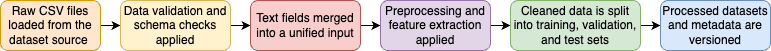
The draw.io diagram docs/images/dataflow.drawio.png in sobrag/mlops, before a commit. Source tidied: cells renumbered, new cells last; positions are measured from the earlier drawing's top-left corner, leaving out a move shared by most shapes. Source of this version:
```xml
<mxGraphModel>
  <root>
    <mxCell id="0" />
    <mxCell id="1" parent="0" />
    <mxCell id="2" style="edgeStyle=none;html=1;entryX=0;entryY=0.5;entryDx=0;entryDy=0;fontFamily=Helvetica;fontSize=12;fontColor=default;fontStyle=0;labelBackgroundColor=none;" parent="1" edge="1" source="3" target="5">
      <mxGeometry relative="1" as="geometry" />
    </mxCell>
    <mxCell id="3" value="&lt;font&gt;&lt;span style=&quot;caret-color: rgb(0, 0, 0);&quot;&gt;Raw CSV files loaded from the dataset source&lt;/span&gt;&amp;nbsp;&lt;/font&gt;" style="html=1;dashed=0;whiteSpace=wrap;rounded=1;strokeColor=#d79b00;align=center;verticalAlign=middle;fontFamily=Helvetica;fontSize=12;fillColor=#ffe6cc;fontStyle=0;fontColor=default;labelBackgroundColor=none;" parent="1" vertex="1">
      <mxGeometry width="100" height="50" as="geometry" />
    </mxCell>
    <mxCell id="4" style="edgeStyle=none;html=1;entryX=0;entryY=0.5;entryDx=0;entryDy=0;fontFamily=Helvetica;fontSize=12;fontColor=default;fontStyle=0;labelBackgroundColor=none;" parent="1" edge="1" source="5" target="7">
      <mxGeometry relative="1" as="geometry" />
    </mxCell>
    <mxCell id="5" value="&lt;span style=&quot;caret-color: rgb(0, 0, 0);&quot;&gt;&lt;font style=&quot;&quot;&gt;Data validation and schema checks applied&lt;/font&gt;&lt;/span&gt;" style="html=1;dashed=0;whiteSpace=wrap;rounded=1;strokeColor=#d6b656;align=center;verticalAlign=middle;fontFamily=Helvetica;fontSize=12;fillColor=#fff2cc;fontStyle=0;fontColor=default;labelBackgroundColor=none;" parent="1" vertex="1">
      <mxGeometry x="120" width="110" height="50" as="geometry" />
    </mxCell>
    <mxCell id="6" style="edgeStyle=none;html=1;exitX=1;exitY=0.5;exitDx=0;exitDy=0;fontFamily=Helvetica;fontSize=12;fontColor=default;fontStyle=0;labelBackgroundColor=none;" parent="1" edge="1" source="7" target="9">
      <mxGeometry relative="1" as="geometry" />
    </mxCell>
    <mxCell id="7" value="&lt;font&gt;&lt;span style=&quot;caret-color: rgb(0, 0, 0); text-align: start;&quot;&gt;Text fields&lt;/span&gt;&lt;span style=&quot;caret-color: rgb(0, 0, 0); text-align: start;&quot;&gt;&amp;nbsp;merged into a unified input&lt;/span&gt;&lt;/font&gt;" style="html=1;dashed=0;whiteSpace=wrap;rounded=1;strokeColor=#b85450;align=center;verticalAlign=middle;fontFamily=Helvetica;fontSize=12;fillColor=#f8cecc;fontStyle=0;fontColor=default;labelBackgroundColor=none;" parent="1" vertex="1">
      <mxGeometry x="250" width="110" height="50" as="geometry" />
    </mxCell>
    <mxCell id="8" style="edgeStyle=none;html=1;exitX=1;exitY=0.5;exitDx=0;exitDy=0;entryX=0;entryY=0.5;entryDx=0;entryDy=0;fontFamily=Helvetica;fontSize=12;fontColor=default;fontStyle=0;labelBackgroundColor=none;" parent="1" edge="1" source="9" target="11">
      <mxGeometry relative="1" as="geometry" />
    </mxCell>
    <mxCell id="9" value="&lt;span style=&quot;caret-color: rgb(0, 0, 0); text-align: start;&quot;&gt;&lt;font style=&quot;&quot;&gt;Preprocessing and feature extraction applied&lt;/font&gt;&lt;/span&gt;" style="html=1;dashed=0;whiteSpace=wrap;rounded=1;strokeColor=#9673a6;align=center;verticalAlign=middle;fontFamily=Helvetica;fontSize=12;fillColor=#e1d5e7;fontStyle=0;fontColor=default;labelBackgroundColor=none;" parent="1" vertex="1">
      <mxGeometry x="380" width="110" height="50" as="geometry" />
    </mxCell>
    <mxCell id="10" style="edgeStyle=none;html=1;exitX=1;exitY=0.5;exitDx=0;exitDy=0;entryX=0;entryY=0.5;entryDx=0;entryDy=0;fontFamily=Helvetica;fontSize=12;fontColor=default;fontStyle=0;labelBackgroundColor=none;" parent="1" edge="1" source="11" target="12">
      <mxGeometry relative="1" as="geometry" />
    </mxCell>
    <mxCell id="11" value="&lt;span style=&quot;caret-color: rgb(0, 0, 0); text-align: start;&quot;&gt;&lt;font style=&quot;&quot;&gt;Cleaned data is split into training, validation, and test sets&lt;/font&gt;&lt;/span&gt;" style="html=1;dashed=0;whiteSpace=wrap;rounded=1;strokeColor=#82b366;align=center;verticalAlign=middle;fontFamily=Helvetica;fontSize=12;fillColor=#d5e8d4;fontStyle=0;fontColor=default;labelBackgroundColor=none;" parent="1" vertex="1">
      <mxGeometry x="510" width="130" height="50" as="geometry" />
    </mxCell>
    <mxCell id="12" value="&lt;span style=&quot;caret-color: rgb(0, 0, 0); text-align: start;&quot;&gt;Processed datasets and metadata are versioned&lt;/span&gt;" style="html=1;dashed=0;whiteSpace=wrap;rounded=1;strokeColor=#6c8ebf;align=center;verticalAlign=middle;fontFamily=Helvetica;fontSize=12;fillColor=#dae8fc;fontStyle=0;fontColor=default;labelBackgroundColor=none;" parent="1" vertex="1">
      <mxGeometry x="660" width="110" height="50" as="geometry" />
    </mxCell>
  </root>
</mxGraphModel>
```
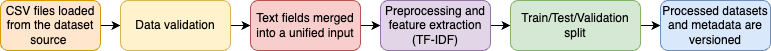
The same file after the commit.

What changed in the source:
```diff
@@ -5,13 +5,13 @@
     <mxCell id="2" style="edgeStyle=none;html=1;entryX=0;entryY=0.5;entryDx=0;entryDy=0;fontFamily=Helvetica;fontSize=12;fontColor=default;fontStyle=0;labelBackgroundColor=none;" parent="1" edge="1" source="3" target="5">
       <mxGeometry relative="1" as="geometry" />
     </mxCell>
-    <mxCell id="3" value="&lt;font&gt;&lt;span style=&quot;caret-color: rgb(0, 0, 0);&quot;&gt;Raw CSV files loaded from the dataset source&lt;/span&gt;&amp;nbsp;&lt;/font&gt;" style="html=1;dashed=0;whiteSpace=wrap;rounded=1;strokeColor=#d79b00;align=center;verticalAlign=middle;fontFamily=Helvetica;fontSize=12;fillColor=#ffe6cc;fontStyle=0;fontColor=default;labelBackgroundColor=none;" parent="1" vertex="1">
+    <mxCell id="3" value="&lt;font&gt;&lt;span style=&quot;caret-color: rgb(0, 0, 0);&quot;&gt;CSV files loaded from the dataset source&lt;/span&gt;&amp;nbsp;&lt;/font&gt;" style="html=1;dashed=0;whiteSpace=wrap;rounded=1;strokeColor=#d79b00;align=center;verticalAlign=middle;fontFamily=Helvetica;fontSize=12;fillColor=#ffe6cc;fontStyle=0;fontColor=default;labelBackgroundColor=none;" parent="1" vertex="1">
       <mxGeometry width="100" height="50" as="geometry" />
     </mxCell>
     <mxCell id="4" style="edgeStyle=none;html=1;entryX=0;entryY=0.5;entryDx=0;entryDy=0;fontFamily=Helvetica;fontSize=12;fontColor=default;fontStyle=0;labelBackgroundColor=none;" parent="1" edge="1" source="5" target="7">
       <mxGeometry relative="1" as="geometry" />
     </mxCell>
-    <mxCell id="5" value="&lt;span style=&quot;caret-color: rgb(0, 0, 0);&quot;&gt;&lt;font style=&quot;&quot;&gt;Data validation and schema checks applied&lt;/font&gt;&lt;/span&gt;" style="html=1;dashed=0;whiteSpace=wrap;rounded=1;strokeColor=#d6b656;align=center;verticalAlign=middle;fontFamily=Helvetica;fontSize=12;fillColor=#fff2cc;fontStyle=0;fontColor=default;labelBackgroundColor=none;" parent="1" vertex="1">
+    <mxCell id="5" value="&lt;span style=&quot;caret-color: rgb(0, 0, 0);&quot;&gt;&lt;font style=&quot;&quot;&gt;Data validation&lt;/font&gt;&lt;/span&gt;" style="html=1;dashed=0;whiteSpace=wrap;rounded=1;strokeColor=#d6b656;align=center;verticalAlign=middle;fontFamily=Helvetica;fontSize=12;fillColor=#fff2cc;fontStyle=0;fontColor=default;labelBackgroundColor=none;" parent="1" vertex="1">
       <mxGeometry x="120" width="110" height="50" as="geometry" />
     </mxCell>
     <mxCell id="6" style="edgeStyle=none;html=1;exitX=1;exitY=0.5;exitDx=0;exitDy=0;fontFamily=Helvetica;fontSize=12;fontColor=default;fontStyle=0;labelBackgroundColor=none;" parent="1" edge="1" source="7" target="9">
@@ -23,13 +23,13 @@
     <mxCell id="8" style="edgeStyle=none;html=1;exitX=1;exitY=0.5;exitDx=0;exitDy=0;entryX=0;entryY=0.5;entryDx=0;entryDy=0;fontFamily=Helvetica;fontSize=12;fontColor=default;fontStyle=0;labelBackgroundColor=none;" parent="1" edge="1" source="9" target="11">
       <mxGeometry relative="1" as="geometry" />
     </mxCell>
-    <mxCell id="9" value="&lt;span style=&quot;caret-color: rgb(0, 0, 0); text-align: start;&quot;&gt;&lt;font style=&quot;&quot;&gt;Preprocessing and feature extraction applied&lt;/font&gt;&lt;/span&gt;" style="html=1;dashed=0;whiteSpace=wrap;rounded=1;strokeColor=#9673a6;align=center;verticalAlign=middle;fontFamily=Helvetica;fontSize=12;fillColor=#e1d5e7;fontStyle=0;fontColor=default;labelBackgroundColor=none;" parent="1" vertex="1">
+    <mxCell id="9" value="&lt;span style=&quot;caret-color: rgb(0, 0, 0); text-align: start;&quot;&gt;&lt;font style=&quot;&quot;&gt;Preprocessing and feature extraction (TF-IDF)&lt;/font&gt;&lt;/span&gt;" style="html=1;dashed=0;whiteSpace=wrap;rounded=1;strokeColor=#9673a6;align=center;verticalAlign=middle;fontFamily=Helvetica;fontSize=12;fillColor=#e1d5e7;fontStyle=0;fontColor=default;labelBackgroundColor=none;" parent="1" vertex="1">
       <mxGeometry x="380" width="110" height="50" as="geometry" />
     </mxCell>
     <mxCell id="10" style="edgeStyle=none;html=1;exitX=1;exitY=0.5;exitDx=0;exitDy=0;entryX=0;entryY=0.5;entryDx=0;entryDy=0;fontFamily=Helvetica;fontSize=12;fontColor=default;fontStyle=0;labelBackgroundColor=none;" parent="1" edge="1" source="11" target="12">
       <mxGeometry relative="1" as="geometry" />
     </mxCell>
-    <mxCell id="11" value="&lt;span style=&quot;caret-color: rgb(0, 0, 0); text-align: start;&quot;&gt;&lt;font style=&quot;&quot;&gt;Cleaned data is split into training, validation, and test sets&lt;/font&gt;&lt;/span&gt;" style="html=1;dashed=0;whiteSpace=wrap;rounded=1;strokeColor=#82b366;align=center;verticalAlign=middle;fontFamily=Helvetica;fontSize=12;fillColor=#d5e8d4;fontStyle=0;fontColor=default;labelBackgroundColor=none;" parent="1" vertex="1">
+    <mxCell id="11" value="&lt;span style=&quot;caret-color: rgb(0, 0, 0); text-align: start;&quot;&gt;&lt;font style=&quot;&quot;&gt;Train/Test/Validation split&lt;/font&gt;&lt;/span&gt;" style="html=1;dashed=0;whiteSpace=wrap;rounded=1;strokeColor=#82b366;align=center;verticalAlign=middle;fontFamily=Helvetica;fontSize=12;fillColor=#d5e8d4;fontStyle=0;fontColor=default;labelBackgroundColor=none;" parent="1" vertex="1">
       <mxGeometry x="510" width="130" height="50" as="geometry" />
     </mxCell>
     <mxCell id="12" value="&lt;span style=&quot;caret-color: rgb(0, 0, 0); text-align: start;&quot;&gt;Processed datasets and metadata are versioned&lt;/span&gt;" style="html=1;dashed=0;whiteSpace=wrap;rounded=1;strokeColor=#6c8ebf;align=center;verticalAlign=middle;fontFamily=Helvetica;fontSize=12;fillColor=#dae8fc;fontStyle=0;fontColor=default;labelBackgroundColor=none;" parent="1" vertex="1">
```
